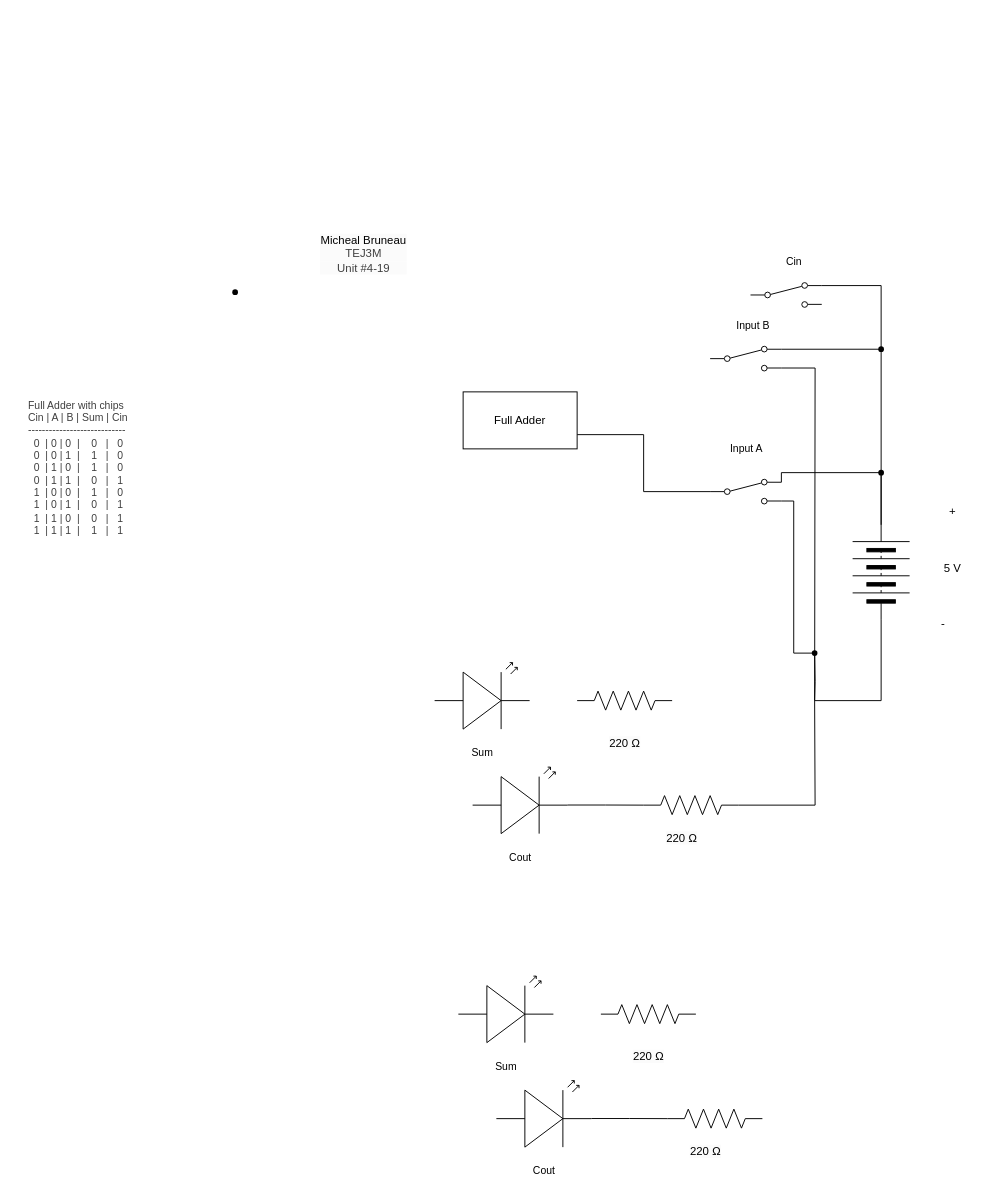
This is TEJ3M 4-19/schematic_diagram.drawio from michael-bruneau/TEJ3M-Unit-4, a draw.io file, before an edit. Source tidied: cells renumbered, new cells numbered last; positions are measured from the earlier drawing's top-left corner, leaving out a move shared by most shapes. Both pictures are drawn from the tidied source at 95%, with x=0, y=0 at pixel (16, 225).
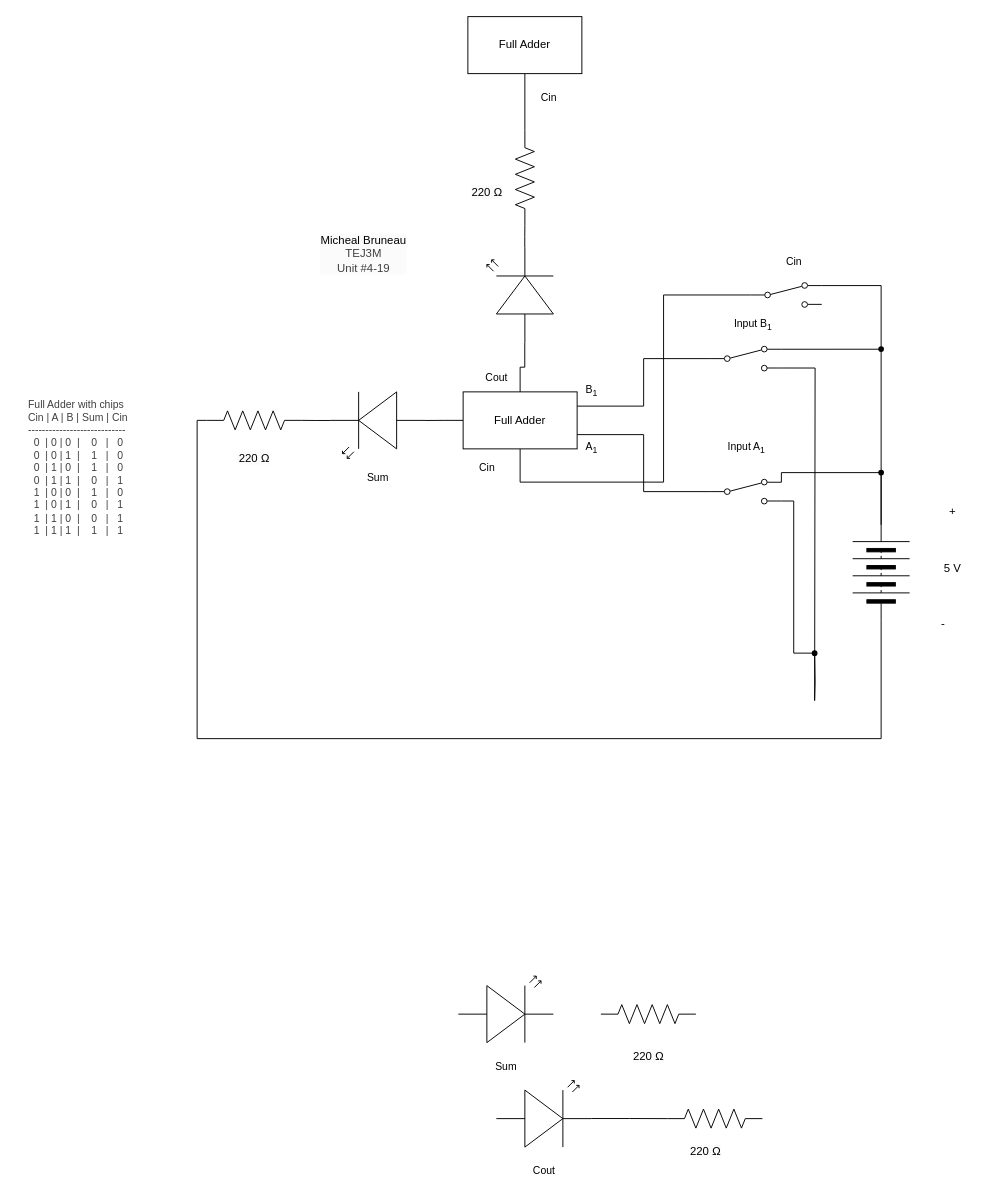
The same page after the edit.

The change refers to these unchanged cells:
```xml
<mxCell id="5" style="verticalLabelPosition=bottom;shadow=0;dashed=0;align=center;html=1;verticalAlign=top;shape=mxgraph.electrical.miscellaneous.batteryStack;rotation=-90;" parent="1" vertex="1">
  <mxGeometry x="860" y="335" width="100" height="60" as="geometry" />
</mxCell>
<mxCell id="18" style="html=1;shape=mxgraph.electrical.electro-mechanical.twoWaySwitch;elSwitchState=2;" parent="1" vertex="1">
  <mxGeometry x="730" y="127" width="75" height="26" as="geometry" />
</mxCell>
<mxCell id="30" style="html=1;shape=mxgraph.electrical.electro-mechanical.twoWaySwitch;elSwitchState=2;" parent="1" vertex="1">
  <mxGeometry x="772.5" y="60" width="75" height="26" as="geometry" />
</mxCell>
<mxCell id="45" value="Full Adder" style="rounded=0;whiteSpace=wrap;html=1;" parent="1" vertex="1">
  <mxGeometry x="470" y="175" width="120" height="60" as="geometry" />
</mxCell>
```

Diff of the diagram source:
```diff
@@
-    <mxCell id="12" value="Input A" style="text;html=1;align=center;verticalAlign=middle;strokeColor=none;fillColor=none;fontFamily=Helvetica;fontSize=11;fontColor=default;labelBackgroundColor=default;" parent="1" vertex="1">
+    <mxCell id="12" value="Input A&lt;sub&gt;1&lt;/sub&gt;" style="text;html=1;align=center;verticalAlign=middle;strokeColor=none;fillColor=none;fontFamily=Helvetica;fontSize=11;fontColor=default;labelBackgroundColor=default;" parent="1" vertex="1">
       <mxGeometry x="737.5" y="220" width="60" height="30" as="geometry" />
     </mxCell>
     <mxCell id="13" value="&lt;span style=&quot;color: rgb(0, 0, 0); font-size: 12px; background-color: rgb(251, 251, 251);&quot;&gt;220 Ω&lt;/span&gt;" style="text;html=1;align=center;verticalAlign=middle;strokeColor=none;fillColor=none;fontFamily=Helvetica;fontSize=11;fontColor=default;labelBackgroundColor=default;" parent="1" vertex="1">
-      <mxGeometry x="610" y="530" width="60" height="30" as="geometry" />
+      <mxGeometry x="220" y="230" width="60" height="30" as="geometry" />
     </mxCell>
     <mxCell id="14" value="Sum" style="text;html=1;align=center;verticalAlign=middle;strokeColor=none;fillColor=none;fontFamily=Helvetica;fontSize=11;fontColor=default;labelBackgroundColor=default;" parent="1" vertex="1">
-      <mxGeometry x="465" y="540" width="50" height="30" as="geometry" />
+      <mxGeometry x="355" y="250" width="50" height="30" as="geometry" />
     </mxCell>
@@
-    <mxCell id="17" value="Input B" style="text;html=1;align=center;verticalAlign=middle;strokeColor=none;fillColor=none;fontFamily=Helvetica;fontSize=11;fontColor=default;labelBackgroundColor=default;" parent="1" vertex="1">
+    <mxCell id="17" value="Input B&lt;sub&gt;1&lt;/sub&gt;" style="text;html=1;align=center;verticalAlign=middle;strokeColor=none;fillColor=none;fontFamily=Helvetica;fontSize=11;fontColor=default;labelBackgroundColor=default;" parent="1" vertex="1">
       <mxGeometry x="745" y="90" width="60" height="30" as="geometry" />
     </mxCell>
+    <mxCell id="46" style="edgeStyle=orthogonalEdgeStyle;shape=connector;rounded=0;html=1;exitX=0;exitY=0.5;exitDx=0;exitDy=0;entryX=1;entryY=0.25;entryDx=0;entryDy=0;strokeColor=default;align=center;verticalAlign=middle;fontFamily=Helvetica;fontSize=11;fontColor=default;labelBackgroundColor=default;endArrow=none;endFill=0;" parent="1" edge="1" source="18" target="45">
+      <mxGeometry relative="1" as="geometry" />
+    </mxCell>
@@
-    <mxCell id="20" style="verticalLabelPosition=bottom;shadow=0;dashed=0;align=center;html=1;verticalAlign=top;shape=mxgraph.electrical.opto_electronics.led_2;" parent="1" vertex="1">
-      <mxGeometry x="440" y="460" width="100" height="70" as="geometry" />
+    <mxCell id="20" style="verticalLabelPosition=bottom;shadow=0;dashed=0;align=center;html=1;verticalAlign=top;shape=mxgraph.electrical.opto_electronics.led_2;rotation=-180;" parent="1" vertex="1">
+      <mxGeometry x="330" y="175" width="100" height="70" as="geometry" />
     </mxCell>
     <mxCell id="21" value="&lt;span style=&quot;color: rgb(0, 0, 0); font-size: 12px; background-color: rgb(251, 251, 251);&quot;&gt;220 Ω&lt;/span&gt;" style="text;html=1;align=center;verticalAlign=middle;strokeColor=none;fillColor=none;fontFamily=Helvetica;fontSize=11;fontColor=default;labelBackgroundColor=default;" parent="1" vertex="1">
-      <mxGeometry x="670" y="630" width="60" height="30" as="geometry" />
+      <mxGeometry x="465" y="-50" width="60" height="30" as="geometry" />
     </mxCell>
     <mxCell id="22" value="Cout" style="text;html=1;align=center;verticalAlign=middle;strokeColor=none;fillColor=none;fontFamily=Helvetica;fontSize=11;fontColor=default;labelBackgroundColor=default;" parent="1" vertex="1">
-      <mxGeometry x="505" y="650" width="50" height="30" as="geometry" />
+      <mxGeometry x="480" y="145" width="50" height="30" as="geometry" />
     </mxCell>
+    <mxCell id="47" style="edgeStyle=orthogonalEdgeStyle;shape=connector;rounded=0;html=1;exitX=0;exitY=0.5;exitDx=0;exitDy=0;exitPerimeter=0;entryX=0.5;entryY=1;entryDx=0;entryDy=0;strokeColor=default;align=center;verticalAlign=middle;fontFamily=Helvetica;fontSize=11;fontColor=default;labelBackgroundColor=default;endArrow=none;endFill=0;" parent="1" edge="1" source="23" target="54">
+      <mxGeometry relative="1" as="geometry" />
+    </mxCell>
-    <mxCell id="23" style="verticalLabelPosition=bottom;shadow=0;dashed=0;align=center;html=1;verticalAlign=top;shape=mxgraph.electrical.resistors.resistor_2;" parent="1" vertex="1">
-      <mxGeometry x="660" y="600" width="100" height="20" as="geometry" />
+    <mxCell id="23" style="verticalLabelPosition=bottom;shadow=0;dashed=0;align=center;html=1;verticalAlign=top;shape=mxgraph.electrical.resistors.resistor_2;rotation=90;" parent="1" vertex="1">
+      <mxGeometry x="485" y="-60" width="100" height="20" as="geometry" />
     </mxCell>
-    <mxCell id="24" style="verticalLabelPosition=bottom;shadow=0;dashed=0;align=center;html=1;verticalAlign=top;shape=mxgraph.electrical.opto_electronics.led_2;" parent="1" vertex="1">
-      <mxGeometry x="480" y="570" width="100" height="70" as="geometry" />
+    <mxCell id="24" style="verticalLabelPosition=bottom;shadow=0;dashed=0;align=center;html=1;verticalAlign=top;shape=mxgraph.electrical.opto_electronics.led_2;rotation=-90;" parent="1" vertex="1">
+      <mxGeometry x="480" y="38" width="100" height="70" as="geometry" />
     </mxCell>
-    <mxCell id="25" style="edgeStyle=orthogonalEdgeStyle;html=1;exitX=1;exitY=0.57;exitDx=0;exitDy=0;exitPerimeter=0;entryX=0;entryY=0.5;entryDx=0;entryDy=0;entryPerimeter=0;rounded=0;endArrow=none;endFill=0;" parent="1" edge="1" source="24" target="23">
-      <mxGeometry relative="1" as="geometry" />
-    </mxCell>
-    <mxCell id="26" style="edgeStyle=orthogonalEdgeStyle;shape=connector;rounded=0;html=1;exitX=1;exitY=0.5;exitDx=0;exitDy=0;exitPerimeter=0;entryX=0.662;entryY=0.841;entryDx=0;entryDy=0;entryPerimeter=0;strokeColor=default;align=center;verticalAlign=middle;fontFamily=Helvetica;fontSize=11;fontColor=default;labelBackgroundColor=default;endArrow=none;endFill=0;" parent="1" edge="1" source="23">
-      <mxGeometry relative="1" as="geometry">
-        <mxPoint x="840" y="500" as="targetPoint" />
-      </mxGeometry>
-    </mxCell>
-    <mxCell id="27" style="edgeStyle=orthogonalEdgeStyle;shape=connector;rounded=0;html=1;exitX=0;exitY=0.5;exitDx=0;exitDy=0;entryX=1.179;entryY=0.738;entryDx=0;entryDy=0;entryPerimeter=0;strokeColor=default;align=center;verticalAlign=middle;fontFamily=Helvetica;fontSize=11;fontColor=default;labelBackgroundColor=default;endArrow=none;endFill=0;" parent="1" edge="1" source="5">
-      <mxGeometry relative="1" as="geometry">
-        <mxPoint x="840" y="500" as="targetPoint" />
-        <Array as="points">
-          <mxPoint x="910" y="500" />
-          <mxPoint x="840" y="500" />
-        </Array>
-      </mxGeometry>
-    </mxCell>
@@
+    <mxCell id="48" style="edgeStyle=orthogonalEdgeStyle;shape=connector;rounded=0;html=1;exitX=0;exitY=0.5;exitDx=0;exitDy=0;entryX=0.5;entryY=1;entryDx=0;entryDy=0;strokeColor=default;align=center;verticalAlign=middle;fontFamily=Helvetica;fontSize=11;fontColor=default;labelBackgroundColor=default;endArrow=none;endFill=0;" parent="1" edge="1" source="30" target="45">
+      <mxGeometry relative="1" as="geometry">
+        <Array as="points">
+          <mxPoint x="681" y="73" />
+          <mxPoint x="681" y="270" />
+          <mxPoint x="530" y="270" />
+        </Array>
+      </mxGeometry>
+    </mxCell>
@@
-    <mxCell id="34" style="shape=waypoint;sketch=0;fillStyle=solid;size=6;fillColor=none;perimeter=centerPerimeter;fontFamily=Helvetica;fontSize=11;fontColor=default;labelBackgroundColor=default;" parent="1" vertex="1">
-      <mxGeometry x="220" y="60" width="20" height="20" as="geometry" />
-    </mxCell>
+    <mxCell id="49" style="edgeStyle=orthogonalEdgeStyle;shape=connector;rounded=0;html=1;exitX=0;exitY=0.5;exitDx=0;exitDy=0;exitPerimeter=0;strokeColor=default;align=center;verticalAlign=middle;fontFamily=Helvetica;fontSize=11;fontColor=default;labelBackgroundColor=default;endArrow=none;endFill=0;entryX=0;entryY=0.5;entryDx=0;entryDy=0;" parent="1" edge="1" source="35" target="5">
+      <mxGeometry relative="1" as="geometry">
+        <Array as="points">
+          <mxPoint x="190" y="205" />
+          <mxPoint x="190" y="540" />
+          <mxPoint x="910" y="540" />
+        </Array>
+      </mxGeometry>
+    </mxCell>
     <mxCell id="35" style="verticalLabelPosition=bottom;shadow=0;dashed=0;align=center;html=1;verticalAlign=top;shape=mxgraph.electrical.resistors.resistor_2;" parent="1" vertex="1">
-      <mxGeometry x="590" y="490" width="100" height="20" as="geometry" />
+      <mxGeometry x="200" y="195" width="100" height="20" as="geometry" />
     </mxCell>
@@
+    <mxCell id="50" value="A&lt;sub&gt;1&lt;/sub&gt;" style="text;html=1;align=center;verticalAlign=middle;strokeColor=none;fillColor=none;fontFamily=Helvetica;fontSize=11;fontColor=default;labelBackgroundColor=default;" parent="1" vertex="1">
+      <mxGeometry x="585" y="220" width="40" height="30" as="geometry" />
+    </mxCell>
+    <mxCell id="51" value="B&lt;sub&gt;1&lt;/sub&gt;" style="text;html=1;align=center;verticalAlign=middle;strokeColor=none;fillColor=none;fontFamily=Helvetica;fontSize=11;fontColor=default;labelBackgroundColor=default;" parent="1" vertex="1">
+      <mxGeometry x="585" y="160" width="40" height="30" as="geometry" />
+    </mxCell>
+    <mxCell id="52" style="edgeStyle=orthogonalEdgeStyle;shape=connector;rounded=0;html=1;exitX=0;exitY=0.5;exitDx=0;exitDy=0;entryX=0;entryY=0.57;entryDx=0;entryDy=0;entryPerimeter=0;strokeColor=default;align=center;verticalAlign=middle;fontFamily=Helvetica;fontSize=11;fontColor=default;labelBackgroundColor=default;endArrow=none;endFill=0;" parent="1" edge="1" source="45" target="20">
+      <mxGeometry relative="1" as="geometry" />
+    </mxCell>
+    <mxCell id="53" style="edgeStyle=orthogonalEdgeStyle;shape=connector;rounded=0;html=1;exitX=1;exitY=0.57;exitDx=0;exitDy=0;exitPerimeter=0;entryX=1;entryY=0.5;entryDx=0;entryDy=0;entryPerimeter=0;strokeColor=default;align=center;verticalAlign=middle;fontFamily=Helvetica;fontSize=11;fontColor=default;labelBackgroundColor=default;endArrow=none;endFill=0;" parent="1" edge="1" source="20" target="35">
+      <mxGeometry relative="1" as="geometry" />
+    </mxCell>
+    <mxCell id="54" value="Full Adder" style="rounded=0;whiteSpace=wrap;html=1;" parent="1" vertex="1">
+      <mxGeometry x="475" y="-220" width="120" height="60" as="geometry" />
+    </mxCell>
+    <mxCell id="55" value="Cin" style="text;html=1;align=center;verticalAlign=middle;strokeColor=none;fillColor=none;fontFamily=Helvetica;fontSize=11;fontColor=default;labelBackgroundColor=default;" parent="1" vertex="1">
+      <mxGeometry x="540" y="-150" width="40" height="30" as="geometry" />
+    </mxCell>
+    <mxCell id="56" style="edgeStyle=orthogonalEdgeStyle;shape=connector;rounded=0;html=1;exitX=0.5;exitY=0;exitDx=0;exitDy=0;entryX=0;entryY=0.57;entryDx=0;entryDy=0;entryPerimeter=0;strokeColor=default;align=center;verticalAlign=middle;fontFamily=Helvetica;fontSize=11;fontColor=default;labelBackgroundColor=default;endArrow=none;endFill=0;" parent="1" edge="1" source="45" target="24">
+      <mxGeometry relative="1" as="geometry" />
+    </mxCell>
+    <mxCell id="25" style="edgeStyle=orthogonalEdgeStyle;shape=connector;rounded=0;html=1;exitX=1;exitY=0.57;exitDx=0;exitDy=0;exitPerimeter=0;entryX=1;entryY=0.5;entryDx=0;entryDy=0;entryPerimeter=0;strokeColor=default;align=center;verticalAlign=middle;fontFamily=Helvetica;fontSize=11;fontColor=default;labelBackgroundColor=default;endArrow=none;endFill=0;" parent="1" edge="1" source="24" target="23">
+      <mxGeometry relative="1" as="geometry" />
+    </mxCell>
+    <mxCell id="57" value="Cin" style="text;html=1;align=center;verticalAlign=middle;strokeColor=none;fillColor=none;fontFamily=Helvetica;fontSize=11;fontColor=default;labelBackgroundColor=default;" parent="1" vertex="1">
+      <mxGeometry x="475" y="240" width="40" height="30" as="geometry" />
+    </mxCell>
```
